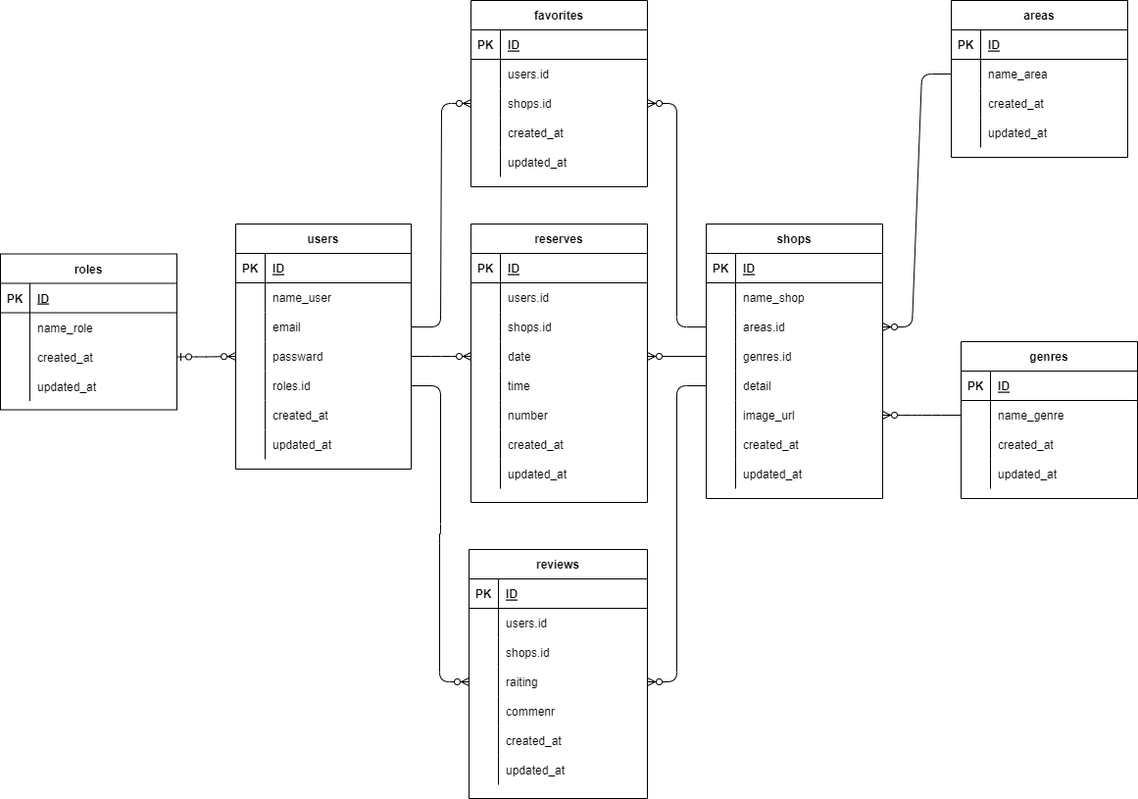
Before: reservesystem.drawio.png, a diagram exported from draw.io (Suzuki64/advanceapp). Source tidied: cells renumbered, new cells last; positions are measured from the earlier drawing's top-left corner, leaving out a move shared by most shapes.
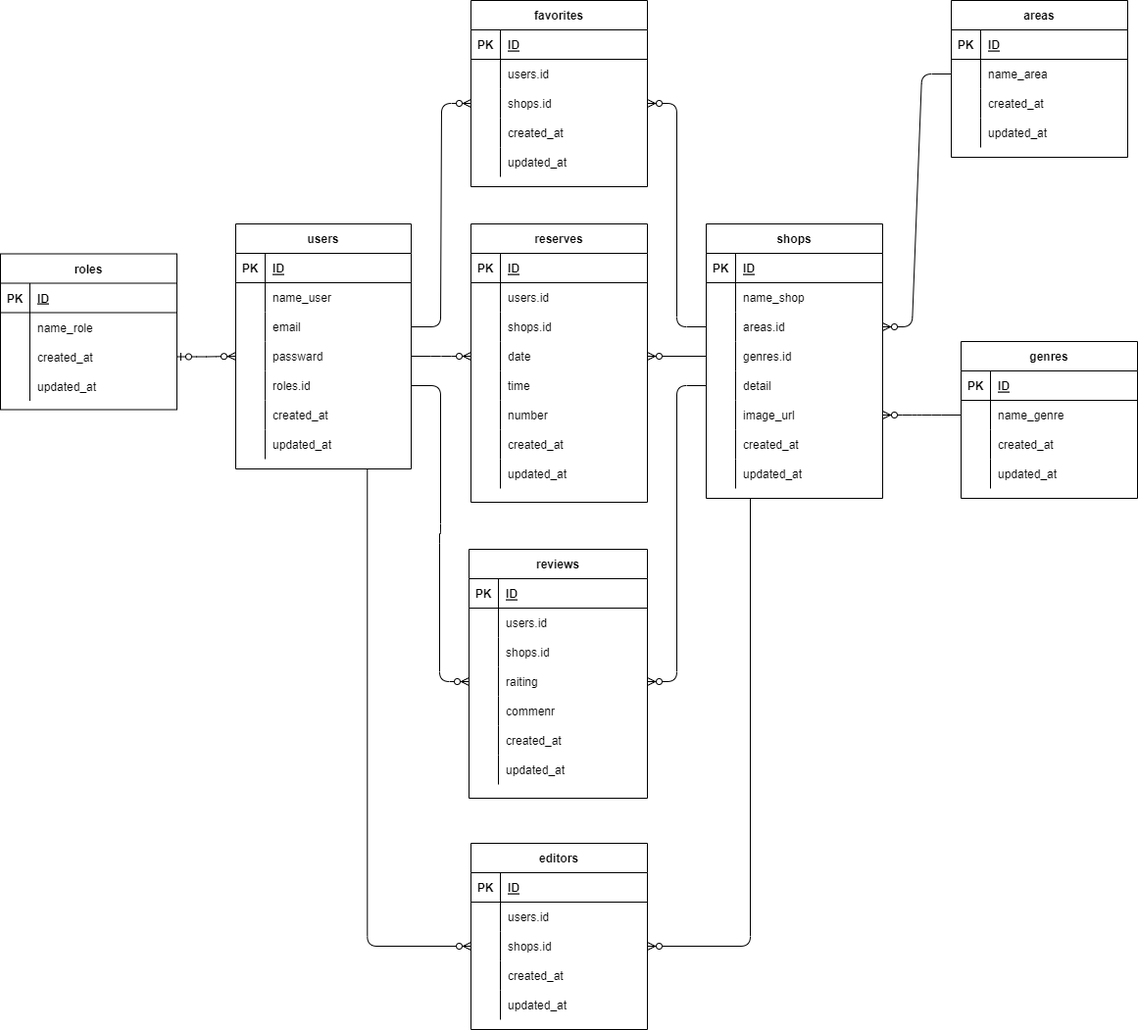
The same file after the commit.

Diff of the diagram source:
```diff
@@ -470,14 +470,65 @@
     <mxCell id="157" value="updated_at" style="shape=partialRectangle;fillColor=none;top=0;left=0;bottom=0;right=0;align=left;spacingLeft=6;overflow=hidden;" parent="155" vertex="1">
       <mxGeometry x="30" width="150" height="30" as="geometry" />
     </mxCell>
-    <mxCell id="158" style="fontSize=12;html=1;endArrow=ERzeroToMany;startArrow=ERzeroToOne;exitX=0;exitY=0.5;exitDx=0;exitDy=0;entryX=1;entryY=0.5;entryDx=0;entryDy=0;" parent="1" edge="1" source="12" target="x">
-      <mxGeometry relative="1" as="geometry" />
-    </mxCell>
     <mxCell id="159" style="fontSize=12;html=1;endArrow=ERzeroToMany;endFill=1;exitX=0;exitY=0.5;exitDx=0;exitDy=0;entryX=1;entryY=0.5;entryDx=0;entryDy=0;edgeStyle=entityRelationEdgeStyle;" parent="1" edge="1" source="53" target="132">
       <mxGeometry relative="1" as="geometry" />
     </mxCell>
     <mxCell id="160" style="edgeStyle=entityRelationEdgeStyle;fontSize=12;html=1;endArrow=ERzeroToMany;startArrow=ERzeroToOne;exitX=1;exitY=0.5;exitDx=0;exitDy=0;entryX=0;entryY=0.5;entryDx=0;entryDy=0;" parent="1" edge="1" source="152" target="12">
       <mxGeometry relative="1" as="geometry" />
     </mxCell>
+    <mxCell id="161" value="editors" style="shape=table;startSize=30;rowLines=0;fontStyle=1;align=center;" parent="1" vertex="1">
+      <mxGeometry x="480" y="860" width="180" height="190" as="geometry" />
+    </mxCell>
+    <mxCell id="162" style="shape=partialRectangle;fillColor=none;top=0;left=0;bottom=1;right=0;" parent="161" vertex="1">
+      <mxGeometry y="30" width="180" height="30" as="geometry" />
+    </mxCell>
+    <mxCell id="163" value="PK" style="shape=partialRectangle;fillColor=none;top=0;left=0;bottom=0;right=0;fontStyle=1;overflow=hidden;" parent="162" vertex="1">
+      <mxGeometry width="30" height="30" as="geometry" />
+    </mxCell>
+    <mxCell id="164" value="ID" style="shape=partialRectangle;fillColor=none;top=0;left=0;bottom=0;right=0;align=left;spacingLeft=6;fontStyle=5;overflow=hidden;" parent="162" vertex="1">
+      <mxGeometry x="30" width="150" height="30" as="geometry" />
+    </mxCell>
+    <mxCell id="165" style="shape=partialRectangle;fillColor=none;top=0;left=0;bottom=0;right=0;" parent="161" vertex="1">
+      <mxGeometry y="60" width="180" height="30" as="geometry" />
+    </mxCell>
+    <mxCell id="166" style="shape=partialRectangle;fillColor=none;top=0;left=0;bottom=0;right=0;overflow=hidden;" parent="165" vertex="1">
+      <mxGeometry width="30" height="30" as="geometry" />
+    </mxCell>
+    <mxCell id="167" value="users.id" style="shape=partialRectangle;fillColor=none;top=0;left=0;bottom=0;right=0;align=left;spacingLeft=6;overflow=hidden;" parent="165" vertex="1">
+      <mxGeometry x="30" width="150" height="30" as="geometry" />
+    </mxCell>
+    <mxCell id="168" style="shape=partialRectangle;fillColor=none;top=0;left=0;bottom=0;right=0;points=[[0,0.5],[1,0.5]];portConstraint=eastwest;" parent="161" vertex="1">
+      <mxGeometry y="90" width="180" height="30" as="geometry" />
+    </mxCell>
+    <mxCell id="169" style="shape=partialRectangle;fillColor=none;top=0;left=0;bottom=0;right=0;overflow=hidden;" parent="168" vertex="1">
+      <mxGeometry width="30" height="30" as="geometry" />
+    </mxCell>
+    <mxCell id="170" value="shops.id" style="shape=partialRectangle;fillColor=none;top=0;left=0;bottom=0;right=0;align=left;spacingLeft=6;overflow=hidden;" parent="168" vertex="1">
+      <mxGeometry x="30" width="150" height="30" as="geometry" />
+    </mxCell>
+    <mxCell id="171" style="shape=partialRectangle;fillColor=none;top=0;left=0;bottom=0;right=0;" parent="161" vertex="1">
+      <mxGeometry y="120" width="180" height="30" as="geometry" />
+    </mxCell>
+    <mxCell id="172" style="shape=partialRectangle;fillColor=none;top=0;left=0;bottom=0;right=0;overflow=hidden;" parent="171" vertex="1">
+      <mxGeometry width="30" height="30" as="geometry" />
+    </mxCell>
+    <mxCell id="173" value="created_at" style="shape=partialRectangle;fillColor=none;top=0;left=0;bottom=0;right=0;align=left;spacingLeft=6;overflow=hidden;" parent="171" vertex="1">
+      <mxGeometry x="30" width="150" height="30" as="geometry" />
+    </mxCell>
+    <mxCell id="174" style="shape=partialRectangle;fillColor=none;top=0;left=0;bottom=0;right=0;" parent="161" vertex="1">
+      <mxGeometry y="150" width="180" height="30" as="geometry" />
+    </mxCell>
+    <mxCell id="175" style="shape=partialRectangle;fillColor=none;top=0;left=0;bottom=0;right=0;overflow=hidden;" parent="174" vertex="1">
+      <mxGeometry width="30" height="30" as="geometry" />
+    </mxCell>
+    <mxCell id="176" value="updated_at" style="shape=partialRectangle;fillColor=none;top=0;left=0;bottom=0;right=0;align=left;spacingLeft=6;overflow=hidden;" parent="174" vertex="1">
+      <mxGeometry x="30" width="150" height="30" as="geometry" />
+    </mxCell>
+    <mxCell id="177" style="edgeStyle=orthogonalEdgeStyle;fontSize=12;html=1;endArrow=ERzeroToMany;endFill=1;exitX=0.75;exitY=1;exitDx=0;exitDy=0;entryX=0;entryY=0.5;entryDx=0;entryDy=0;" parent="1" edge="1" source="2" target="168">
+      <mxGeometry relative="1" as="geometry" />
+    </mxCell>
+    <mxCell id="178" style="edgeStyle=orthogonalEdgeStyle;fontSize=12;html=1;endArrow=ERzeroToMany;endFill=1;entryX=1;entryY=0.5;entryDx=0;entryDy=0;exitX=0.25;exitY=1;exitDx=0;exitDy=0;" parent="1" edge="1" source="40" target="168">
+      <mxGeometry relative="1" as="geometry" />
+    </mxCell>
   </root>
 </mxGraphModel>
```
